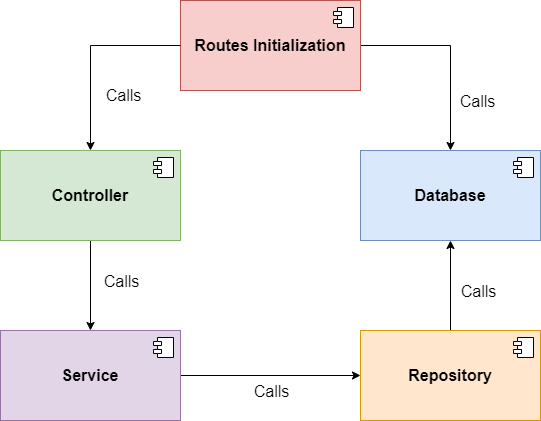
Before: docs/_diagrams/Modules - Flow.png, a diagram exported from draw.io (ortizdavid/golang-modular-software). Source tidied: cells renumbered, new cells last; positions are measured from the earlier drawing's top-left corner, leaving out a move shared by most shapes. Its diagram source:
```xml
<mxGraphModel>
  <root>
    <mxCell id="0" />
    <mxCell id="1" parent="0" />
    <mxCell id="2" style="edgeStyle=orthogonalEdgeStyle;rounded=0;jettySize=auto;html=1;exitX=1;exitY=0.5;exitDx=0;exitDy=0;entryX=0;entryY=0.5;entryDx=0;entryDy=0;fontSize=16;" parent="1" edge="1" source="4" target="10">
      <mxGeometry relative="1" as="geometry" />
    </mxCell>
    <mxCell id="3" value="Calls" style="edgeLabel;html=1;align=center;verticalAlign=middle;fontSize=16;" parent="2" vertex="1">
      <mxGeometry x="-0.09" y="-2" relative="1" as="geometry">
        <mxPoint x="8" y="13" as="offset" />
      </mxGeometry>
    </mxCell>
    <mxCell id="4" value="Service" style="html=1;whiteSpace=wrap;fillColor=#e1d5e7;strokeColor=#9673a6;fontStyle=1;fontSize=16;" parent="1" vertex="1">
      <mxGeometry y="330" width="180" height="90" as="geometry" />
    </mxCell>
    <mxCell id="5" style="shape=module;jettyWidth=8;jettyHeight=4;fontSize=16;" parent="4" vertex="1">
      <mxGeometry x="1" width="20" height="20" relative="1" as="geometry">
        <mxPoint x="-27" y="7" as="offset" />
      </mxGeometry>
    </mxCell>
    <mxCell id="6" style="edgeStyle=orthogonalEdgeStyle;rounded=0;jettySize=auto;html=1;exitX=0.5;exitY=1;exitDx=0;exitDy=0;entryX=0.5;entryY=0;entryDx=0;entryDy=0;fontSize=16;" parent="1" edge="1" source="7" target="4">
      <mxGeometry relative="1" as="geometry" />
    </mxCell>
    <mxCell id="7" value="Controller" style="html=1;whiteSpace=wrap;fillColor=#d5e8d4;strokeColor=#82b366;fontStyle=1;fontSize=16;" parent="1" vertex="1">
      <mxGeometry y="150" width="180" height="90" as="geometry" />
    </mxCell>
    <mxCell id="8" style="shape=module;jettyWidth=8;jettyHeight=4;fontSize=16;" parent="7" vertex="1">
      <mxGeometry x="1" width="20" height="20" relative="1" as="geometry">
        <mxPoint x="-27" y="7" as="offset" />
      </mxGeometry>
    </mxCell>
    <mxCell id="9" style="edgeStyle=orthogonalEdgeStyle;rounded=0;jettySize=auto;html=1;entryX=0.5;entryY=1;entryDx=0;entryDy=0;fontSize=16;" parent="1" edge="1" source="10" target="12">
      <mxGeometry relative="1" as="geometry" />
    </mxCell>
    <mxCell id="10" value="Repository" style="html=1;whiteSpace=wrap;fillColor=#ffe6cc;strokeColor=#d79b00;fontStyle=1;fontSize=16;" parent="1" vertex="1">
      <mxGeometry x="360" y="330" width="180" height="90" as="geometry" />
    </mxCell>
    <mxCell id="11" style="shape=module;jettyWidth=8;jettyHeight=4;fontSize=16;" parent="10" vertex="1">
      <mxGeometry x="1" width="20" height="20" relative="1" as="geometry">
        <mxPoint x="-27" y="7" as="offset" />
      </mxGeometry>
    </mxCell>
    <mxCell id="12" value="Database" style="html=1;whiteSpace=wrap;fillColor=#dae8fc;strokeColor=#6c8ebf;fontStyle=1;fontSize=16;" parent="1" vertex="1">
      <mxGeometry x="360" y="150" width="180" height="90" as="geometry" />
    </mxCell>
    <mxCell id="13" style="shape=module;jettyWidth=8;jettyHeight=4;fontSize=16;" parent="12" vertex="1">
      <mxGeometry x="1" width="20" height="20" relative="1" as="geometry">
        <mxPoint x="-27" y="7" as="offset" />
      </mxGeometry>
    </mxCell>
    <mxCell id="14" style="edgeStyle=orthogonalEdgeStyle;rounded=0;jettySize=auto;html=1;entryX=0.5;entryY=0;entryDx=0;entryDy=0;exitX=1;exitY=0.5;exitDx=0;exitDy=0;fontSize=16;" parent="1" edge="1" source="15" target="12">
      <mxGeometry relative="1" as="geometry" />
    </mxCell>
    <mxCell id="15" value="Routes Initialization" style="html=1;whiteSpace=wrap;fillColor=#f8cecc;strokeColor=#b85450;fontStyle=1;fontSize=16;" parent="1" vertex="1">
      <mxGeometry x="180" width="180" height="90" as="geometry" />
    </mxCell>
    <mxCell id="16" style="shape=module;jettyWidth=8;jettyHeight=4;fontSize=16;" parent="15" vertex="1">
      <mxGeometry x="1" width="20" height="20" relative="1" as="geometry">
        <mxPoint x="-27" y="7" as="offset" />
      </mxGeometry>
    </mxCell>
    <mxCell id="17" style="edgeStyle=orthogonalEdgeStyle;rounded=0;jettySize=auto;html=1;entryX=0.5;entryY=0;entryDx=0;entryDy=0;exitX=0;exitY=0.5;exitDx=0;exitDy=0;fontSize=16;" parent="1" edge="1" source="15" target="7">
      <mxGeometry relative="1" as="geometry" />
    </mxCell>
    <mxCell id="18" value="Calls" style="edgeLabel;html=1;align=center;verticalAlign=middle;fontSize=16;" parent="1" vertex="1">
      <mxGeometry x="120" y="280" as="geometry" />
    </mxCell>
    <mxCell id="19" value="Calls" style="edgeLabel;html=1;align=center;verticalAlign=middle;fontSize=16;" parent="1" vertex="1">
      <mxGeometry x="490" y="300" as="geometry">
        <mxPoint x="-13" y="-10" as="offset" />
      </mxGeometry>
    </mxCell>
    <mxCell id="20" value="Calls" style="edgeLabel;html=1;align=center;verticalAlign=middle;fontSize=16;" parent="1" vertex="1">
      <mxGeometry x="130" y="100" as="geometry">
        <mxPoint x="-8" y="-6" as="offset" />
      </mxGeometry>
    </mxCell>
    <mxCell id="21" value="Calls" style="edgeLabel;html=1;align=center;verticalAlign=middle;fontSize=16;" parent="1" vertex="1">
      <mxGeometry x="470" y="90" as="geometry">
        <mxPoint x="6" y="10" as="offset" />
      </mxGeometry>
    </mxCell>
  </root>
</mxGraphModel>
```
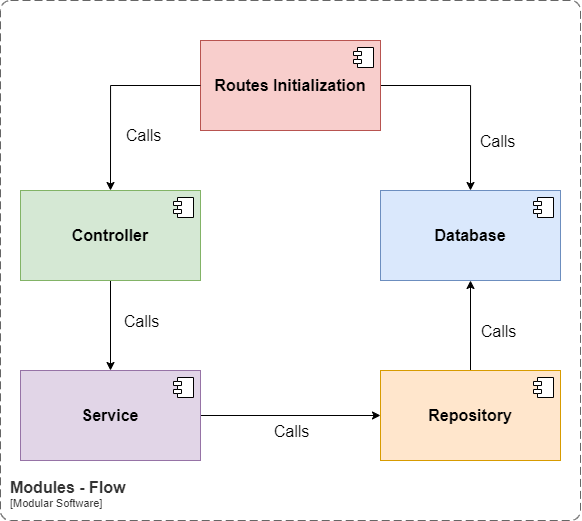
The same file after the commit.

The edit, as a diff of the source:
```diff
@@ -80,5 +80,10 @@
         <mxPoint x="6" y="10" as="offset" />
       </mxGeometry>
     </mxCell>
+    <object id="22" label="&lt;font style=&quot;font-size: 16px&quot;&gt;&lt;b&gt;&lt;div style=&quot;text-align: left&quot;&gt;%c4Name%&lt;/div&gt;&lt;/b&gt;&lt;/font&gt;&lt;div style=&quot;text-align: left&quot;&gt;[%c4Application%]&lt;/div&gt;" c4Application="Modular Software" c4Name="Modules - Flow" c4Type="SystemScopeBoundary" placeholders="1">
+      <mxCell style="rounded=1;fontSize=11;whiteSpace=wrap;html=1;dashed=1;arcSize=20;fillColor=none;strokeColor=#666666;fontColor=#333333;labelBackgroundColor=none;align=left;verticalAlign=bottom;labelBorderColor=none;spacingTop=0;spacing=10;dashPattern=8 4;perimeter=rectanglePerimeter;noLabel=0;labelPadding=0;absoluteArcSize=1;" parent="1" vertex="1">
+        <mxGeometry x="-20" y="-40" width="580" height="520" as="geometry" />
+      </mxCell>
+    </object>
   </root>
 </mxGraphModel>
```
